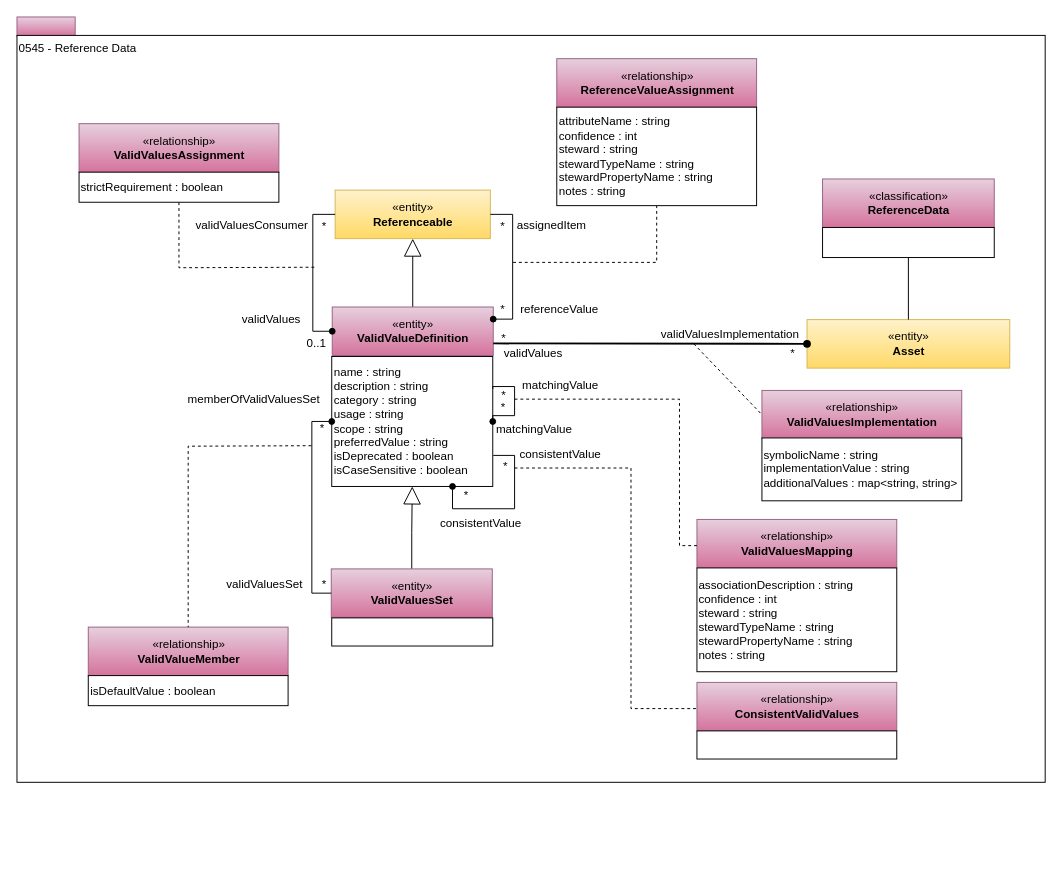
Above: page "0545-Reference-Data" (26 of 34) of site/docs/types/5/area-5-models-and-schema.drawio in odpi/egeria-docs (draw.io), before the change. Source tidied: cells renumbered, new cells numbered last; positions are measured from the earlier drawing's top-left corner, leaving out a move shared by most shapes. Both pictures are drawn from the tidied source at 97%, with x=0, y=0 at pixel (16, 16).
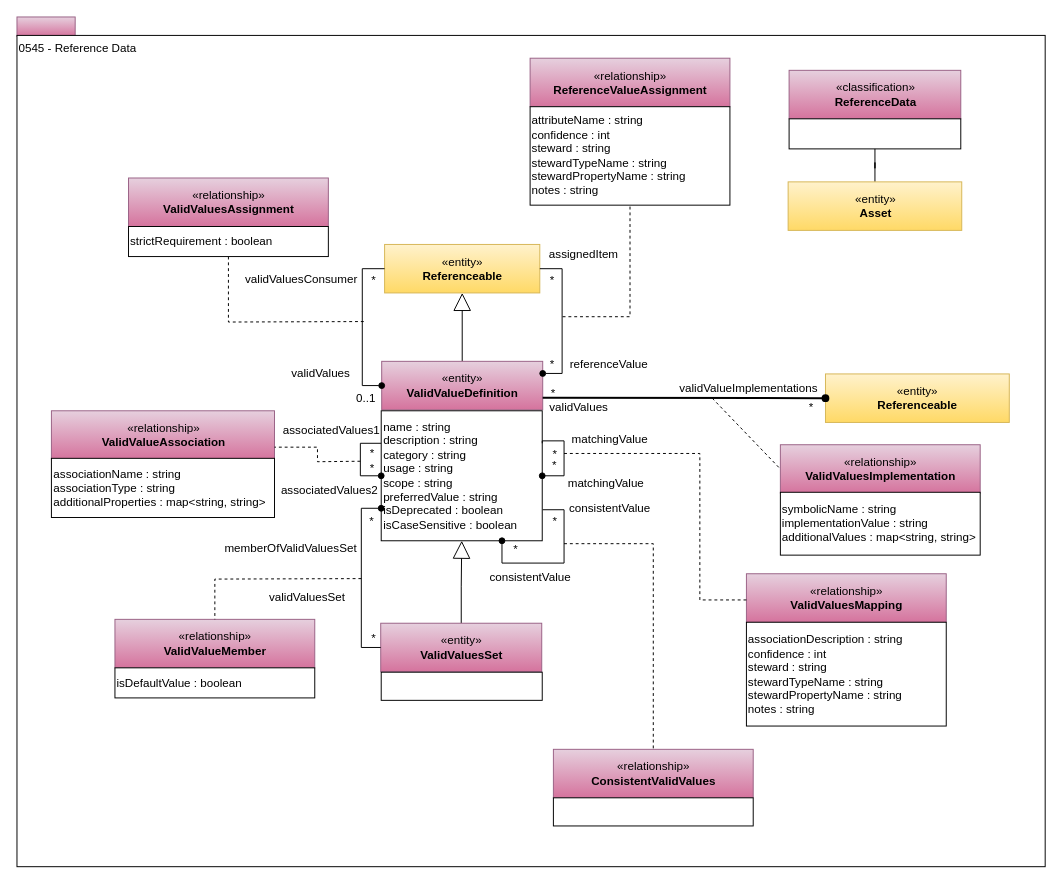
The same diagram, later.

The edit, as a diff of the source:
```diff
@@
     <mxCell id="3" value="0545 - Reference Data" style="rounded=0;whiteSpace=wrap;html=1;align=left;verticalAlign=top;" parent="1" vertex="1">
-      <mxGeometry y="19" width="1060" height="770" as="geometry" />
+      <mxGeometry y="19" width="1060" height="857" as="geometry" />
     </mxCell>
@@
     <mxCell id="5" value="«entity»&lt;br&gt;&lt;b&gt;ValidValueDefinition&lt;/b&gt;" style="html=1;strokeColor=#996185;align=center;fillColor=#e6d0de;gradientColor=#d5739d;" parent="1" vertex="1">
-      <mxGeometry x="325" y="299" width="166" height="50" as="geometry" />
+      <mxGeometry x="376" y="355" width="166" height="50" as="geometry" />
     </mxCell>
     <mxCell id="6" value="&lt;span&gt;name : string&lt;br&gt;&lt;/span&gt;&lt;span&gt;description : string&lt;br&gt;&lt;/span&gt;category : string&lt;br&gt;&lt;span&gt;usage : string&lt;/span&gt;&lt;br&gt;&lt;span&gt;scope : string&lt;br&gt;preferredValue : string&lt;br&gt;isDeprecated : boolean&lt;br&gt;isCaseSensitive : boolean&lt;br&gt;&lt;/span&gt;" style="rounded=0;whiteSpace=wrap;html=1;strokeColor=#000000;gradientColor=#ffffff;align=left;" parent="1" vertex="1">
-      <mxGeometry x="324.5" y="350" width="166" height="134" as="geometry" />
+      <mxGeometry x="375.5" y="406" width="166" height="134" as="geometry" />
     </mxCell>
     <mxCell id="7" value="«entity»&lt;br&gt;&lt;b&gt;Referenceable&lt;/b&gt;" style="html=1;strokeColor=#d6b656;align=center;fillColor=#fff2cc;gradientColor=#ffd966;" parent="1" vertex="1">
-      <mxGeometry x="328" y="178.5" width="160" height="50" as="geometry" />
+      <mxGeometry x="379" y="234.5" width="160" height="50" as="geometry" />
     </mxCell>
-    <mxCell id="8" value="«entity»&lt;br&gt;&lt;b&gt;Asset&lt;/b&gt;" style="html=1;strokeColor=#d6b656;align=center;fillColor=#fff2cc;gradientColor=#ffd966;" parent="1" vertex="1">
-      <mxGeometry x="814.5" y="312" width="209" height="50" as="geometry" />
+    <mxCell id="8" value="«entity»&lt;br&gt;&lt;b&gt;Referenceable&lt;/b&gt;" style="html=1;strokeColor=#d6b656;align=center;fillColor=#fff2cc;gradientColor=#ffd966;" parent="1" vertex="1">
+      <mxGeometry x="833.5" y="368" width="189.5" height="50" as="geometry" />
     </mxCell>
     <mxCell id="9" value="«relationship»&lt;br&gt;&lt;b&gt;ValidValuesImplementation&lt;/b&gt;" style="html=1;strokeColor=#996185;align=center;fillColor=#e6d0de;gradientColor=#d5739d;" parent="1" vertex="1">
-      <mxGeometry x="768" y="385" width="206" height="50" as="geometry" />
+      <mxGeometry x="787" y="441" width="206" height="50" as="geometry" />
     </mxCell>
@@
     <mxCell id="11" value="symbolicName : string&lt;br&gt;implementationValue : string&lt;br&gt;additionalValues : map&amp;lt;string, string&amp;gt;" style="rounded=0;whiteSpace=wrap;html=1;strokeColor=#000000;gradientColor=#ffffff;align=left;" parent="1" vertex="1">
-      <mxGeometry x="768" y="434" width="206" height="64.8" as="geometry" />
+      <mxGeometry x="787" y="490" width="206" height="64.8" as="geometry" />
     </mxCell>
     <mxCell id="12" value="*" style="text;html=1;strokeColor=none;fillColor=none;align=center;verticalAlign=middle;whiteSpace=wrap;rounded=0;" parent="1" vertex="1">
-      <mxGeometry x="779.5" y="337" width="40" height="20" as="geometry" />
+      <mxGeometry x="798.5" y="393" width="40" height="20" as="geometry" />
     </mxCell>
     <mxCell id="13" value="*" style="text;html=1;strokeColor=none;fillColor=none;align=center;verticalAlign=middle;whiteSpace=wrap;rounded=0;" parent="1" vertex="1">
-      <mxGeometry x="482" y="322" width="40" height="20" as="geometry" />
+      <mxGeometry x="533" y="378" width="40" height="20" as="geometry" />
     </mxCell>
     <mxCell id="14" value="validValues" style="text;html=1;strokeColor=none;fillColor=none;align=center;verticalAlign=middle;whiteSpace=wrap;rounded=0;" parent="1" vertex="1">
-      <mxGeometry x="495.5" y="337" width="73" height="20" as="geometry" />
+      <mxGeometry x="543" y="393" width="73" height="20" as="geometry" />
     </mxCell>
-    <mxCell id="15" value="validValuesImplementation" style="text;html=1;strokeColor=none;fillColor=none;align=center;verticalAlign=middle;whiteSpace=wrap;rounded=0;" parent="1" vertex="1">
-      <mxGeometry x="660.5" y="317" width="149" height="20" as="geometry" />
+    <mxCell id="15" value="validValueImplementations" style="text;html=1;strokeColor=none;fillColor=none;align=center;verticalAlign=middle;whiteSpace=wrap;rounded=0;" parent="1" vertex="1">
+      <mxGeometry x="679.5" y="373" width="149" height="20" as="geometry" />
     </mxCell>
     <mxCell id="16" value="«classification»&lt;br&gt;&lt;b&gt;ReferenceData&lt;/b&gt;" style="html=1;strokeColor=#996185;align=center;fillColor=#e6d0de;gradientColor=#d5739d;" parent="1" vertex="1">
-      <mxGeometry x="830.5" y="167" width="177" height="50" as="geometry" />
+      <mxGeometry x="796" y="55" width="177" height="50" as="geometry" />
     </mxCell>
-    <mxCell id="17" style="edgeStyle=orthogonalEdgeStyle;rounded=0;jettySize=auto;html=1;exitX=0.5;exitY=1;exitDx=0;exitDy=0;endArrow=none;endFill=0;" parent="1" edge="1" source="18" target="8">
-      <mxGeometry relative="1" as="geometry" />
-    </mxCell>
     <mxCell id="18" style="rounded=0;whiteSpace=wrap;html=1;strokeColor=#000000;gradientColor=#ffffff;align=left;" parent="1" vertex="1">
-      <mxGeometry x="830.5" y="217" width="177" height="31" as="geometry" />
+      <mxGeometry x="796" y="105" width="177" height="31" as="geometry" />
     </mxCell>
@@
     <mxCell id="20" value="«entity»&lt;br&gt;&lt;b&gt;ValidValuesSet&lt;/b&gt;" style="html=1;strokeColor=#996185;align=center;fillColor=#e6d0de;gradientColor=#d5739d;" parent="1" vertex="1">
-      <mxGeometry x="324" y="569" width="166" height="50" as="geometry" />
+      <mxGeometry x="375" y="625" width="166" height="50" as="geometry" />
     </mxCell>
     <mxCell id="21" style="rounded=0;whiteSpace=wrap;html=1;strokeColor=#000000;gradientColor=#ffffff;align=left;" parent="1" vertex="1">
-      <mxGeometry x="324.5" y="619.5" width="166" height="29" as="geometry" />
+      <mxGeometry x="375.5" y="675.5" width="166" height="29" as="geometry" />
     </mxCell>
     <mxCell id="22" value="«relationship»&lt;br&gt;&lt;b&gt;ValidValuesAssignment&lt;/b&gt;" style="html=1;strokeColor=#996185;align=center;fillColor=#e6d0de;gradientColor=#d5739d;" parent="1" vertex="1">
-      <mxGeometry x="64" y="110" width="206" height="50" as="geometry" />
+      <mxGeometry x="115" y="166" width="206" height="50" as="geometry" />
     </mxCell>
     <mxCell id="23" style="endArrow=none;dashed=1;html=1;entryX=0.5;entryY=1;edgeStyle=orthogonalEdgeStyle;rounded=0;" parent="1" edge="1" target="24">
       <mxGeometry relative="1" as="geometry">
-        <mxPoint x="306.5" y="258" as="sourcePoint" />
+        <mxPoint x="357.5" y="314" as="sourcePoint" />
       </mxGeometry>
     </mxCell>
     <mxCell id="24" value="strictRequirement : boolean" style="rounded=0;whiteSpace=wrap;html=1;strokeColor=#000000;gradientColor=#ffffff;align=left;" parent="1" vertex="1">
-      <mxGeometry x="64" y="160" width="206" height="31" as="geometry" />
+      <mxGeometry x="115" y="216" width="206" height="31" as="geometry" />
     </mxCell>
     <mxCell id="25" value="memberOfValidValuesSet" style="text;html=1;strokeColor=none;fillColor=none;align=center;verticalAlign=middle;whiteSpace=wrap;rounded=0;" parent="1" vertex="1">
-      <mxGeometry x="198" y="384" width="93" height="20" as="geometry" />
+      <mxGeometry x="236" y="538" width="93" height="20" as="geometry" />
     </mxCell>
     <mxCell id="26" value="validValuesSet" style="text;html=1;strokeColor=none;fillColor=none;align=center;verticalAlign=middle;whiteSpace=wrap;rounded=0;" parent="1" vertex="1">
-      <mxGeometry x="208.5" y="575" width="93" height="20" as="geometry" />
+      <mxGeometry x="253" y="589" width="93" height="20" as="geometry" />
     </mxCell>
     <mxCell id="27" value="validValuesConsumer" style="text;html=1;strokeColor=none;fillColor=none;align=center;verticalAlign=middle;whiteSpace=wrap;rounded=0;" parent="1" vertex="1">
-      <mxGeometry x="195.5" y="205" width="93" height="20" as="geometry" />
+      <mxGeometry x="246.5" y="261" width="93" height="20" as="geometry" />
     </mxCell>
     <mxCell id="28" value="validValues" style="text;html=1;strokeColor=none;fillColor=none;align=center;verticalAlign=middle;whiteSpace=wrap;rounded=0;" parent="1" vertex="1">
-      <mxGeometry x="224.5" y="302" width="75" height="20" as="geometry" />
+      <mxGeometry x="275.5" y="358" width="75" height="20" as="geometry" />
     </mxCell>
     <mxCell id="29" value="*" style="text;html=1;strokeColor=none;fillColor=none;align=center;verticalAlign=middle;whiteSpace=wrap;rounded=0;" parent="1" vertex="1">
-      <mxGeometry x="294.5" y="414" width="40" height="20" as="geometry" />
+      <mxGeometry x="346" y="510" width="40" height="20" as="geometry" />
     </mxCell>
     <mxCell id="30" value="*" style="text;html=1;strokeColor=none;fillColor=none;align=center;verticalAlign=middle;whiteSpace=wrap;rounded=0;" parent="1" vertex="1">
-      <mxGeometry x="296.5" y="575" width="40" height="20" as="geometry" />
+      <mxGeometry x="347.5" y="631" width="40" height="20" as="geometry" />
     </mxCell>
     <mxCell id="31" value="*" style="text;html=1;strokeColor=none;fillColor=none;align=center;verticalAlign=middle;whiteSpace=wrap;rounded=0;" parent="1" vertex="1">
-      <mxGeometry x="297" y="206" width="40" height="20" as="geometry" />
+      <mxGeometry x="348" y="262" width="40" height="20" as="geometry" />
     </mxCell>
     <mxCell id="32" value="0..1" style="text;html=1;strokeColor=none;fillColor=none;align=center;verticalAlign=middle;whiteSpace=wrap;rounded=0;" parent="1" vertex="1">
-      <mxGeometry x="288.5" y="327" width="40" height="20" as="geometry" />
+      <mxGeometry x="339.5" y="383" width="40" height="20" as="geometry" />
     </mxCell>
     <mxCell id="33" value="«relationship»&lt;br&gt;&lt;b&gt;ValidValueMember&lt;/b&gt;" style="html=1;strokeColor=#996185;align=center;fillColor=#e6d0de;gradientColor=#d5739d;" parent="1" vertex="1">
-      <mxGeometry x="73.5" y="629" width="206" height="50" as="geometry" />
+      <mxGeometry x="101" y="621" width="206" height="50" as="geometry" />
     </mxCell>
     <mxCell id="34" style="endArrow=none;dashed=1;html=1;entryX=0.5;entryY=0;edgeStyle=orthogonalEdgeStyle;rounded=0;entryDx=0;entryDy=0;" parent="1" edge="1" target="33">
       <mxGeometry relative="1" as="geometry">
-        <mxPoint x="303.5" y="442" as="sourcePoint" />
+        <mxPoint x="355" y="579" as="sourcePoint" />
       </mxGeometry>
     </mxCell>
     <mxCell id="35" value="isDefaultValue : boolean" style="rounded=0;whiteSpace=wrap;html=1;strokeColor=#000000;gradientColor=#ffffff;align=left;" parent="1" vertex="1">
-      <mxGeometry x="73.5" y="679" width="206" height="31" as="geometry" />
+      <mxGeometry x="101" y="671" width="206" height="31" as="geometry" />
     </mxCell>
     <mxCell id="36" style="edgeStyle=orthogonalEdgeStyle;rounded=0;orthogonalLoop=1;jettySize=auto;html=1;exitX=1;exitY=0.25;exitDx=0;exitDy=0;entryX=1;entryY=0.5;entryDx=0;entryDy=0;endArrow=oval;endFill=1;" parent="1" edge="1" source="6" target="6">
       <mxGeometry relative="1" as="geometry">
         <Array as="points">
-          <mxPoint x="513" y="381" />
-          <mxPoint x="513" y="411" />
+          <mxPoint x="542" y="437" />
+          <mxPoint x="564" y="437" />
+          <mxPoint x="564" y="473" />
         </Array>
       </mxGeometry>
     </mxCell>
     <mxCell id="37" value="matchingValue" style="text;html=1;strokeColor=none;fillColor=none;align=center;verticalAlign=middle;whiteSpace=wrap;rounded=0;" parent="1" vertex="1">
-      <mxGeometry x="524" y="370" width="73" height="20" as="geometry" />
+      <mxGeometry x="575" y="426" width="73" height="20" as="geometry" />
     </mxCell>
     <mxCell id="38" value="matchingValue" style="text;html=1;strokeColor=none;fillColor=none;align=center;verticalAlign=middle;whiteSpace=wrap;rounded=0;" parent="1" vertex="1">
-      <mxGeometry x="491" y="415" width="84.5" height="20" as="geometry" />
+      <mxGeometry x="564.5" y="471" width="84.5" height="20" as="geometry" />
     </mxCell>
     <mxCell id="39" value="«relationship»&lt;br&gt;&lt;b&gt;ValidValuesMapping&lt;/b&gt;" style="html=1;strokeColor=#996185;align=center;fillColor=#e6d0de;gradientColor=#d5739d;" parent="1" vertex="1">
-      <mxGeometry x="701" y="518" width="206" height="50" as="geometry" />
+      <mxGeometry x="752" y="574" width="206" height="50" as="geometry" />
     </mxCell>
     <mxCell id="40" style="endArrow=none;dashed=1;html=1;entryX=0;entryY=0.5;edgeStyle=orthogonalEdgeStyle;rounded=0;entryDx=0;entryDy=0;" parent="1" edge="1" target="39">
       <mxGeometry relative="1" as="geometry">
-        <mxPoint x="513" y="394" as="sourcePoint" />
+        <mxPoint x="564" y="450" as="sourcePoint" />
         <Array as="points">
-          <mxPoint x="683" y="394" />
-          <mxPoint x="683" y="545" />
+          <mxPoint x="704" y="450" />
+          <mxPoint x="704" y="601" />
+          <mxPoint x="752" y="601" />
         </Array>
       </mxGeometry>
     </mxCell>
     <mxCell id="41" value="&lt;div style=&quot;white-space: normal&quot;&gt;&lt;span&gt;associationDescription : string&lt;/span&gt;&lt;/div&gt;&lt;div style=&quot;white-space: normal&quot;&gt;&lt;span&gt;confidence : int&lt;/span&gt;&lt;br&gt;&lt;/div&gt;&lt;div style=&quot;white-space: normal&quot;&gt;steward : string&lt;/div&gt;&lt;div style=&quot;white-space: normal&quot;&gt;stewardTypeName : string&lt;/div&gt;&lt;div style=&quot;white-space: normal&quot;&gt;stewardPropertyName : string&lt;/div&gt;&lt;div style=&quot;white-space: normal&quot;&gt;notes : string&lt;/div&gt;" style="rounded=0;whiteSpace=wrap;html=1;strokeColor=#000000;gradientColor=#ffffff;align=left;" parent="1" vertex="1">
-      <mxGeometry x="701" y="568" width="206" height="107" as="geometry" />
+      <mxGeometry x="752" y="624" width="206" height="107" as="geometry" />
     </mxCell>
     <mxCell id="42" value="*" style="text;html=1;align=center;verticalAlign=middle;" parent="1" vertex="1">
-      <mxGeometry x="493" y="393.5" width="15" height="18" as="geometry" />
+      <mxGeometry x="358.5" y="457" width="15" height="18" as="geometry" />
     </mxCell>
     <mxCell id="43" value="*" style="text;html=1;strokeColor=none;fillColor=none;align=center;verticalAlign=middle;whiteSpace=wrap;rounded=0;" parent="1" vertex="1">
-      <mxGeometry x="482" y="380" width="40" height="20" as="geometry" />
+      <mxGeometry x="535" y="441" width="40" height="20" as="geometry" />
     </mxCell>
     <mxCell id="44" value="*" style="text;html=1;strokeColor=none;fillColor=none;align=center;verticalAlign=middle;whiteSpace=wrap;rounded=0;" parent="1" vertex="1">
-      <mxGeometry x="480.5" y="292" width="40" height="20" as="geometry" />
+      <mxGeometry x="531.5" y="348" width="40" height="20" as="geometry" />
     </mxCell>
     <mxCell id="45" value="*" style="text;html=1;strokeColor=none;fillColor=none;align=center;verticalAlign=middle;whiteSpace=wrap;rounded=0;" parent="1" vertex="1">
-      <mxGeometry x="480.5" y="206" width="40" height="20" as="geometry" />
+      <mxGeometry x="531.5" y="262" width="40" height="20" as="geometry" />
     </mxCell>
     <mxCell id="46" value="«relationship»&lt;br&gt;&lt;b&gt;ReferenceValueAssignment&lt;/b&gt;" style="html=1;strokeColor=#996185;align=center;fillColor=#e6d0de;gradientColor=#d5739d;" parent="1" vertex="1">
-      <mxGeometry x="556.5" y="43" width="206" height="50" as="geometry" />
+      <mxGeometry x="529" y="42.5" width="206" height="50" as="geometry" />
     </mxCell>
     <mxCell id="47" style="endArrow=none;dashed=1;html=1;entryX=0.5;entryY=1;entryDx=0;entryDy=0;rounded=0;" parent="1" edge="1" target="48">
       <mxGeometry relative="1" as="geometry">
-        <mxPoint x="511.5" y="253" as="sourcePoint" />
+        <mxPoint x="562.5" y="309" as="sourcePoint" />
         <Array as="points">
-          <mxPoint x="659.5" y="253" />
+          <mxPoint x="632" y="309" />
         </Array>
       </mxGeometry>
     </mxCell>
     <mxCell id="48" value="&lt;div&gt;attributeName : string&lt;/div&gt;&lt;div&gt;confidence : int&lt;br&gt;&lt;/div&gt;&lt;div&gt;steward : string&lt;/div&gt;&lt;div&gt;&lt;div&gt;stewardTypeName : string&lt;/div&gt;&lt;div&gt;stewardPropertyName : string&lt;/div&gt;&lt;/div&gt;&lt;div&gt;notes : string&lt;/div&gt;" style="rounded=0;whiteSpace=wrap;html=1;strokeColor=#000000;gradientColor=#ffffff;align=left;" parent="1" vertex="1">
-      <mxGeometry x="556.5" y="93" width="206" height="101.5" as="geometry" />
+      <mxGeometry x="529" y="92.5" width="206" height="101.5" as="geometry" />
     </mxCell>
     <mxCell id="49" value="assignedItem" style="text;html=1;strokeColor=none;fillColor=none;align=center;verticalAlign=middle;whiteSpace=wrap;rounded=0;" parent="1" vertex="1">
-      <mxGeometry x="513.5" y="205" width="75" height="20" as="geometry" />
+      <mxGeometry x="546.5" y="234.5" width="75" height="20" as="geometry" />
     </mxCell>
     <mxCell id="50" value="referenceValue" style="text;html=1;strokeColor=none;fillColor=none;align=center;verticalAlign=middle;whiteSpace=wrap;rounded=0;" parent="1" vertex="1">
-      <mxGeometry x="522" y="292" width="75" height="20" as="geometry" />
+      <mxGeometry x="573" y="348" width="75" height="20" as="geometry" />
     </mxCell>
@@
-    <mxCell id="52" style="edgeStyle=orthogonalEdgeStyle;rounded=0;jettySize=auto;html=1;exitX=0;exitY=0.5;exitDx=0;exitDy=0;entryX=0;entryY=0.5;entryDx=0;entryDy=0;endArrow=oval;endFill=1;" parent="1" edge="1" source="20" target="6">
+    <mxCell id="52" style="edgeStyle=orthogonalEdgeStyle;rounded=0;jettySize=auto;html=1;exitX=0;exitY=0.5;exitDx=0;exitDy=0;entryX=0;entryY=0.75;entryDx=0;entryDy=0;endArrow=oval;endFill=1;" parent="1" edge="1" source="20" target="6">
       <mxGeometry relative="1" as="geometry" />
     </mxCell>
@@
     <mxCell id="55" style="edgeStyle=orthogonalEdgeStyle;rounded=0;jettySize=auto;html=1;exitX=1;exitY=0.25;exitDx=0;exitDy=0;entryX=0.75;entryY=1;entryDx=0;entryDy=0;endArrow=oval;endFill=1;" parent="1" edge="1" target="6">
       <mxGeometry relative="1" as="geometry">
-        <mxPoint x="491" y="452" as="sourcePoint" />
+        <mxPoint x="542" y="508" as="sourcePoint" />
         <Array as="points">
-          <mxPoint x="513" y="452" />
-          <mxPoint x="513" y="507" />
-          <mxPoint x="449" y="507" />
+          <mxPoint x="564" y="508" />
+          <mxPoint x="564" y="563" />
+          <mxPoint x="500" y="563" />
         </Array>
       </mxGeometry>
     </mxCell>
     <mxCell id="56" value="consistentValue" style="text;html=1;strokeColor=none;fillColor=none;align=center;verticalAlign=middle;whiteSpace=wrap;rounded=0;" parent="1" vertex="1">
-      <mxGeometry x="524" y="441" width="73" height="20" as="geometry" />
+      <mxGeometry x="575" y="497" width="73" height="20" as="geometry" />
     </mxCell>
     <mxCell id="57" value="consistentValue" style="text;html=1;strokeColor=none;fillColor=none;align=center;verticalAlign=middle;whiteSpace=wrap;rounded=0;" parent="1" vertex="1">
-      <mxGeometry x="436" y="512" width="84.5" height="20" as="geometry" />
+      <mxGeometry x="487" y="568" width="84.5" height="20" as="geometry" />
     </mxCell>
     <mxCell id="58" value="«relationship»&lt;br&gt;&lt;b&gt;ConsistentValidValues&lt;/b&gt;" style="html=1;strokeColor=#996185;align=center;fillColor=#e6d0de;gradientColor=#d5739d;" parent="1" vertex="1">
-      <mxGeometry x="701" y="686" width="206" height="50" as="geometry" />
+      <mxGeometry x="553" y="755" width="206" height="50" as="geometry" />
     </mxCell>
-    <mxCell id="59" style="endArrow=none;dashed=1;html=1;entryX=0;entryY=0.5;edgeStyle=orthogonalEdgeStyle;rounded=0;entryDx=0;entryDy=0;" parent="1" edge="1" target="58">
+    <mxCell id="59" style="endArrow=none;dashed=1;html=1;entryX=0.5;entryY=0;edgeStyle=orthogonalEdgeStyle;rounded=0;entryDx=0;entryDy=0;" parent="1" edge="1" target="58">
       <mxGeometry relative="1" as="geometry">
-        <mxPoint x="513" y="465" as="sourcePoint" />
+        <mxPoint x="564" y="543" as="sourcePoint" />
         <Array as="points">
-          <mxPoint x="633" y="465" />
-          <mxPoint x="633" y="713" />
+          <mxPoint x="656" y="543" />
         </Array>
       </mxGeometry>
     </mxCell>
     <mxCell id="60" value="&lt;div style=&quot;white-space: normal&quot;&gt;&lt;br&gt;&lt;/div&gt;" style="rounded=0;whiteSpace=wrap;html=1;strokeColor=#000000;gradientColor=#ffffff;align=left;" parent="1" vertex="1">
-      <mxGeometry x="701" y="736" width="206" height="29" as="geometry" />
+      <mxGeometry x="553" y="805" width="206" height="29" as="geometry" />
     </mxCell>
     <mxCell id="61" value="*" style="text;html=1;align=center;verticalAlign=middle;" parent="1" vertex="1">
-      <mxGeometry x="455" y="484" width="15" height="18" as="geometry" />
+      <mxGeometry x="506" y="540" width="15" height="18" as="geometry" />
     </mxCell>
     <mxCell id="62" value="*" style="text;html=1;strokeColor=none;fillColor=none;align=center;verticalAlign=middle;whiteSpace=wrap;rounded=0;" parent="1" vertex="1">
-      <mxGeometry x="484" y="454" width="40" height="20" as="geometry" />
+      <mxGeometry x="535" y="510" width="40" height="20" as="geometry" />
     </mxCell>
+    <mxCell id="63" style="edgeStyle=orthogonalEdgeStyle;rounded=0;orthogonalLoop=1;jettySize=auto;html=1;exitX=0;exitY=0.25;exitDx=0;exitDy=0;entryX=0;entryY=0.5;entryDx=0;entryDy=0;endArrow=oval;endFill=1;" parent="1" edge="1" source="6" target="6">
+      <mxGeometry relative="1" as="geometry">
+        <Array as="points">
+          <mxPoint x="354" y="440" />
+          <mxPoint x="354" y="473" />
+        </Array>
+      </mxGeometry>
+    </mxCell>
+    <mxCell id="64" value="*" style="text;html=1;align=center;verticalAlign=middle;" parent="1" vertex="1">
+      <mxGeometry x="546.5" y="453" width="15" height="18" as="geometry" />
+    </mxCell>
+    <mxCell id="65" value="*" style="text;html=1;align=center;verticalAlign=middle;" parent="1" vertex="1">
+      <mxGeometry x="358.5" y="441" width="15" height="18" as="geometry" />
+    </mxCell>
+    <mxCell id="66" value="associatedValues1" style="text;html=1;align=center;verticalAlign=middle;strokeColor=none;fillColor=none;" parent="1" vertex="1">
+      <mxGeometry x="264.5" y="413" width="118" height="26" as="geometry" />
+    </mxCell>
+    <mxCell id="67" value="associatedValues2" style="text;html=1;align=center;verticalAlign=middle;strokeColor=none;fillColor=none;" parent="1" vertex="1">
+      <mxGeometry x="262.5" y="475" width="118" height="26" as="geometry" />
+    </mxCell>
+    <mxCell id="68" value="«relationship»&lt;br&gt;&lt;b&gt;ValidValueAssociation&lt;/b&gt;" style="html=1;strokeColor=#996185;align=center;fillColor=#e6d0de;gradientColor=#d5739d;" parent="1" vertex="1">
+      <mxGeometry x="35.5" y="406" width="230" height="50" as="geometry" />
+    </mxCell>
+    <mxCell id="69" style="endArrow=none;dashed=1;html=1;entryX=1;entryY=0.75;edgeStyle=orthogonalEdgeStyle;rounded=0;entryDx=0;entryDy=0;" parent="1" edge="1" target="68">
+      <mxGeometry relative="1" as="geometry">
+        <mxPoint x="354" y="458" as="sourcePoint" />
+      </mxGeometry>
+    </mxCell>
+    <mxCell id="70" value="associationName : string&lt;br&gt;associationType : string&lt;br&gt;additionalProperties : map&amp;lt;string, string&amp;gt;" style="rounded=0;whiteSpace=wrap;html=1;strokeColor=#000000;gradientColor=#ffffff;align=left;" parent="1" vertex="1">
+      <mxGeometry x="35.5" y="455" width="230" height="61" as="geometry" />
+    </mxCell>
+    <mxCell id="71" style="edgeStyle=orthogonalEdgeStyle;rounded=0;jettySize=auto;html=1;exitX=0.5;exitY=1;exitDx=0;exitDy=0;endArrow=none;endFill=0;" parent="1" edge="1" source="18" target="72">
+      <mxGeometry relative="1" as="geometry" />
+    </mxCell>
+    <mxCell id="72" value="«entity»&lt;br&gt;&lt;b&gt;Asset&lt;/b&gt;" style="html=1;strokeColor=#d6b656;align=center;fillColor=#fff2cc;gradientColor=#ffd966;" parent="1" vertex="1">
+      <mxGeometry x="795" y="170" width="179" height="50" as="geometry" />
+    </mxCell>
```
